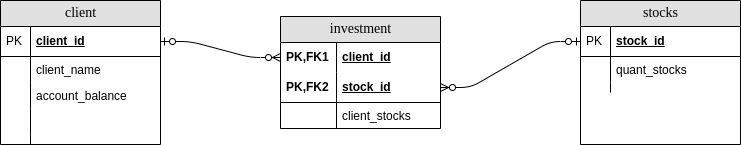
Before: modelo_logico_DB_XP_wallet.png, a diagram exported from draw.io (PatrickBastosDeveloper/XP-My-Investments). Source tidied: cells renumbered, new cells last; positions are measured from the earlier drawing's top-left corner, leaving out a move shared by most shapes. Its diagram source:
```xml
<mxGraphModel>
  <root>
    <mxCell id="0" />
    <mxCell id="1" parent="0" />
    <mxCell id="2" value="investment" style="swimlane;html=1;fontStyle=0;horizontal=1;startSize=26;fillColor=#e0e0e0;swimlaneFillColor=#ffffff;align=center;rounded=0;shadow=0;comic=0;labelBackgroundColor=none;strokeWidth=1;fontFamily=Verdana;fontSize=14;" parent="1" vertex="1">
      <mxGeometry x="280" y="16" width="160" height="112" as="geometry" />
    </mxCell>
    <mxCell id="3" value="client_id" style="shape=partialRectangle;top=0;left=0;right=0;bottom=0;html=1;align=left;verticalAlign=middle;fillColor=none;spacingLeft=60;spacingRight=4;whiteSpace=wrap;overflow=hidden;points=[[0,0.5],[1,0.5]];portConstraint=eastwest;fontStyle=5;" parent="2" vertex="1">
      <mxGeometry y="26" width="160" height="30" as="geometry" />
    </mxCell>
    <mxCell id="4" value="PK,FK1" style="shape=partialRectangle;fontStyle=1;top=0;left=0;bottom=0;html=1;fillColor=none;align=left;verticalAlign=middle;spacingLeft=4;spacingRight=4;whiteSpace=wrap;overflow=hidden;" parent="3" vertex="1">
      <mxGeometry width="56" height="30" as="geometry" />
    </mxCell>
    <mxCell id="5" value="stock_id" style="shape=partialRectangle;top=0;left=0;right=0;bottom=1;html=1;align=left;verticalAlign=middle;fillColor=none;spacingLeft=60;spacingRight=4;whiteSpace=wrap;overflow=hidden;points=[[0,0.5],[1,0.5]];portConstraint=eastwest;fontStyle=5;" parent="2" vertex="1">
      <mxGeometry y="56" width="160" height="30" as="geometry" />
    </mxCell>
    <mxCell id="6" value="PK,FK2" style="shape=partialRectangle;fontStyle=1;top=0;left=0;bottom=0;html=1;fillColor=none;align=left;verticalAlign=middle;spacingLeft=4;spacingRight=4;whiteSpace=wrap;overflow=hidden;" parent="5" vertex="1">
      <mxGeometry width="56" height="30" as="geometry" />
    </mxCell>
    <mxCell id="7" value="client_stocks" style="shape=partialRectangle;top=0;left=0;right=0;bottom=0;html=1;align=left;verticalAlign=top;fillColor=none;spacingLeft=60;spacingRight=4;whiteSpace=wrap;overflow=hidden;" parent="2" vertex="1">
      <mxGeometry y="86" width="160" height="26" as="geometry" />
    </mxCell>
    <mxCell id="8" style="shape=partialRectangle;top=0;left=0;bottom=0;html=1;fillColor=none;align=left;verticalAlign=top;spacingLeft=4;spacingRight=4;whiteSpace=wrap;overflow=hidden;" parent="7" vertex="1">
      <mxGeometry width="56" height="26" as="geometry" />
    </mxCell>
    <mxCell id="9" value="stocks" style="swimlane;html=1;fontStyle=0;horizontal=1;startSize=26;fillColor=#e0e0e0;swimlaneFillColor=#ffffff;align=center;rounded=0;shadow=0;comic=0;labelBackgroundColor=none;strokeWidth=1;fontFamily=Verdana;fontSize=14;" parent="1" vertex="1">
      <mxGeometry x="580" width="160" height="144" as="geometry" />
    </mxCell>
    <mxCell id="10" value="stock_id" style="shape=partialRectangle;top=0;left=0;right=0;bottom=1;html=1;align=left;verticalAlign=middle;fillColor=none;spacingLeft=34;spacingRight=4;whiteSpace=wrap;overflow=hidden;points=[[0,0.5],[1,0.5]];portConstraint=eastwest;fontStyle=5;" parent="9" vertex="1">
      <mxGeometry y="26" width="160" height="30" as="geometry" />
    </mxCell>
    <mxCell id="11" value="PK" style="shape=partialRectangle;top=0;left=0;bottom=0;html=1;fillColor=none;align=left;verticalAlign=middle;spacingLeft=4;spacingRight=4;whiteSpace=wrap;overflow=hidden;" parent="10" vertex="1">
      <mxGeometry width="30" height="30" as="geometry" />
    </mxCell>
    <mxCell id="12" value="quant_stocks" style="shape=partialRectangle;top=0;left=0;right=0;bottom=0;html=1;align=left;verticalAlign=top;fillColor=none;spacingLeft=34;spacingRight=4;whiteSpace=wrap;overflow=hidden;" parent="9" vertex="1">
      <mxGeometry y="56" width="160" height="26" as="geometry" />
    </mxCell>
    <mxCell id="13" style="shape=partialRectangle;top=0;left=0;bottom=0;html=1;fillColor=none;align=left;verticalAlign=top;spacingLeft=4;spacingRight=4;whiteSpace=wrap;overflow=hidden;" parent="12" vertex="1">
      <mxGeometry width="30" height="26" as="geometry" />
    </mxCell>
    <mxCell id="14" style="shape=partialRectangle;top=0;left=0;right=0;bottom=0;html=1;align=left;verticalAlign=top;fillColor=none;spacingLeft=34;spacingRight=4;whiteSpace=wrap;overflow=hidden;" parent="9" vertex="1">
      <mxGeometry y="82" width="160" height="10" as="geometry" />
    </mxCell>
    <mxCell id="15" style="shape=partialRectangle;top=0;left=0;bottom=0;html=1;fillColor=none;align=left;verticalAlign=top;spacingLeft=4;spacingRight=4;whiteSpace=wrap;overflow=hidden;" parent="14" vertex="1">
      <mxGeometry width="30" height="10" as="geometry" />
    </mxCell>
    <mxCell id="16" style="edgeStyle=entityRelationEdgeStyle;html=1;endArrow=ERzeroToMany;startArrow=ERzeroToOne;labelBackgroundColor=none;fontFamily=Verdana;fontSize=14;exitX=1;exitY=0.5;exitDx=0;exitDy=0;entryX=0;entryY=0.5;entryDx=0;entryDy=0;" parent="1" edge="1" source="19" target="3">
      <mxGeometry relative="1" as="geometry" />
    </mxCell>
    <mxCell id="17" style="edgeStyle=entityRelationEdgeStyle;html=1;endArrow=ERzeroToMany;startArrow=ERzeroToOne;labelBackgroundColor=none;fontFamily=Verdana;fontSize=14;exitX=0;exitY=0.5;exitDx=0;exitDy=0;entryX=1;entryY=0.5;entryDx=0;entryDy=0;" parent="1" edge="1" source="10" target="5">
      <mxGeometry relative="1" as="geometry" />
    </mxCell>
    <mxCell id="18" value="client" style="swimlane;html=1;fontStyle=0;horizontal=1;startSize=26;fillColor=#e0e0e0;swimlaneFillColor=#ffffff;align=center;rounded=0;shadow=0;comic=0;labelBackgroundColor=none;strokeWidth=1;fontFamily=Verdana;fontSize=14;" parent="1" vertex="1">
      <mxGeometry width="160" height="144" as="geometry" />
    </mxCell>
    <mxCell id="19" value="client_id" style="shape=partialRectangle;top=0;left=0;right=0;bottom=1;html=1;align=left;verticalAlign=middle;fillColor=none;spacingLeft=34;spacingRight=4;whiteSpace=wrap;overflow=hidden;points=[[0,0.5],[1,0.5]];portConstraint=eastwest;fontStyle=5;" parent="18" vertex="1">
      <mxGeometry y="26" width="160" height="30" as="geometry" />
    </mxCell>
    <mxCell id="20" value="PK" style="shape=partialRectangle;top=0;left=0;bottom=0;html=1;fillColor=none;align=left;verticalAlign=middle;spacingLeft=4;spacingRight=4;whiteSpace=wrap;overflow=hidden;" parent="19" vertex="1">
      <mxGeometry width="30" height="30" as="geometry" />
    </mxCell>
    <mxCell id="21" value="client_name" style="shape=partialRectangle;top=0;left=0;right=0;bottom=0;html=1;align=left;verticalAlign=top;fillColor=none;spacingLeft=34;spacingRight=4;whiteSpace=wrap;overflow=hidden;" parent="18" vertex="1">
      <mxGeometry y="56" width="160" height="26" as="geometry" />
    </mxCell>
    <mxCell id="22" style="shape=partialRectangle;top=0;left=0;bottom=0;html=1;fillColor=none;align=left;verticalAlign=top;spacingLeft=4;spacingRight=4;whiteSpace=wrap;overflow=hidden;" parent="21" vertex="1">
      <mxGeometry width="30" height="26" as="geometry" />
    </mxCell>
    <mxCell id="23" value="account_balance" style="shape=partialRectangle;top=0;left=0;right=0;bottom=0;html=1;align=left;verticalAlign=top;fillColor=none;spacingLeft=34;spacingRight=4;whiteSpace=wrap;overflow=hidden;" parent="18" vertex="1">
      <mxGeometry y="82" width="160" height="26" as="geometry" />
    </mxCell>
    <mxCell id="24" style="shape=partialRectangle;top=0;left=0;bottom=0;html=1;fillColor=none;align=left;verticalAlign=top;spacingLeft=4;spacingRight=4;whiteSpace=wrap;overflow=hidden;" parent="23" vertex="1">
      <mxGeometry width="30" height="26" as="geometry" />
    </mxCell>
    <mxCell id="25" style="shape=partialRectangle;top=0;left=0;right=0;bottom=0;html=1;align=left;verticalAlign=top;fillColor=none;spacingLeft=34;spacingRight=4;whiteSpace=wrap;overflow=hidden;" parent="18" vertex="1">
      <mxGeometry y="108" width="160" height="26" as="geometry" />
    </mxCell>
    <mxCell id="26" style="shape=partialRectangle;top=0;left=0;bottom=0;html=1;fillColor=none;align=left;verticalAlign=top;spacingLeft=4;spacingRight=4;whiteSpace=wrap;overflow=hidden;" parent="25" vertex="1">
      <mxGeometry width="30" height="26" as="geometry" />
    </mxCell>
    <mxCell id="27" style="shape=partialRectangle;top=0;left=0;right=0;bottom=0;html=1;align=left;verticalAlign=top;fillColor=none;spacingLeft=34;spacingRight=4;whiteSpace=wrap;overflow=hidden;" parent="18" vertex="1">
      <mxGeometry y="134" width="160" height="10" as="geometry" />
    </mxCell>
    <mxCell id="28" style="shape=partialRectangle;top=0;left=0;bottom=0;html=1;fillColor=none;align=left;verticalAlign=top;spacingLeft=4;spacingRight=4;whiteSpace=wrap;overflow=hidden;" parent="27" vertex="1">
      <mxGeometry width="30" height="10" as="geometry" />
    </mxCell>
  </root>
</mxGraphModel>
```
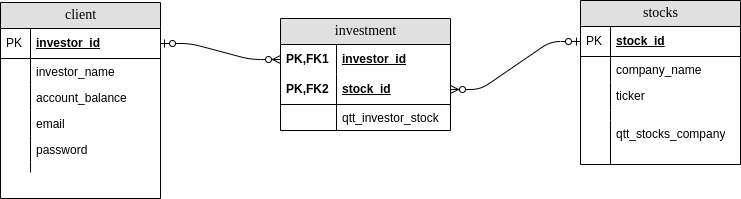
Later version of the same file.

Commit message:
fix: Edited lógic model db

What changed in the source:
```diff
@@ -3,28 +3,28 @@
     <mxCell id="0" />
     <mxCell id="1" parent="0" />
     <mxCell id="2" value="investment" style="swimlane;html=1;fontStyle=0;horizontal=1;startSize=26;fillColor=#e0e0e0;swimlaneFillColor=#ffffff;align=center;rounded=0;shadow=0;comic=0;labelBackgroundColor=none;strokeWidth=1;fontFamily=Verdana;fontSize=14;" parent="1" vertex="1">
-      <mxGeometry x="280" y="16" width="160" height="112" as="geometry" />
+      <mxGeometry x="280" y="16" width="170" height="112" as="geometry" />
     </mxCell>
-    <mxCell id="3" value="client_id" style="shape=partialRectangle;top=0;left=0;right=0;bottom=0;html=1;align=left;verticalAlign=middle;fillColor=none;spacingLeft=60;spacingRight=4;whiteSpace=wrap;overflow=hidden;points=[[0,0.5],[1,0.5]];portConstraint=eastwest;fontStyle=5;" parent="2" vertex="1">
-      <mxGeometry y="26" width="160" height="30" as="geometry" />
+    <mxCell id="3" value="investor_id" style="shape=partialRectangle;top=0;left=0;right=0;bottom=0;html=1;align=left;verticalAlign=middle;fillColor=none;spacingLeft=60;spacingRight=4;whiteSpace=wrap;overflow=hidden;points=[[0,0.5],[1,0.5]];portConstraint=eastwest;fontStyle=5;" parent="2" vertex="1">
+      <mxGeometry y="26" width="170" height="30" as="geometry" />
     </mxCell>
     <mxCell id="4" value="PK,FK1" style="shape=partialRectangle;fontStyle=1;top=0;left=0;bottom=0;html=1;fillColor=none;align=left;verticalAlign=middle;spacingLeft=4;spacingRight=4;whiteSpace=wrap;overflow=hidden;" parent="3" vertex="1">
       <mxGeometry width="56" height="30" as="geometry" />
     </mxCell>
     <mxCell id="5" value="stock_id" style="shape=partialRectangle;top=0;left=0;right=0;bottom=1;html=1;align=left;verticalAlign=middle;fillColor=none;spacingLeft=60;spacingRight=4;whiteSpace=wrap;overflow=hidden;points=[[0,0.5],[1,0.5]];portConstraint=eastwest;fontStyle=5;" parent="2" vertex="1">
-      <mxGeometry y="56" width="160" height="30" as="geometry" />
+      <mxGeometry y="56" width="170" height="30" as="geometry" />
     </mxCell>
     <mxCell id="6" value="PK,FK2" style="shape=partialRectangle;fontStyle=1;top=0;left=0;bottom=0;html=1;fillColor=none;align=left;verticalAlign=middle;spacingLeft=4;spacingRight=4;whiteSpace=wrap;overflow=hidden;" parent="5" vertex="1">
       <mxGeometry width="56" height="30" as="geometry" />
     </mxCell>
-    <mxCell id="7" value="client_stocks" style="shape=partialRectangle;top=0;left=0;right=0;bottom=0;html=1;align=left;verticalAlign=top;fillColor=none;spacingLeft=60;spacingRight=4;whiteSpace=wrap;overflow=hidden;" parent="2" vertex="1">
-      <mxGeometry y="86" width="160" height="26" as="geometry" />
+    <mxCell id="7" value="qtt_investor_stock" style="shape=partialRectangle;top=0;left=0;right=0;bottom=0;html=1;align=left;verticalAlign=top;fillColor=none;spacingLeft=60;spacingRight=4;whiteSpace=wrap;overflow=hidden;" parent="2" vertex="1">
+      <mxGeometry y="86" width="170" height="26" as="geometry" />
     </mxCell>
     <mxCell id="8" style="shape=partialRectangle;top=0;left=0;bottom=0;html=1;fillColor=none;align=left;verticalAlign=top;spacingLeft=4;spacingRight=4;whiteSpace=wrap;overflow=hidden;" parent="7" vertex="1">
       <mxGeometry width="56" height="26" as="geometry" />
     </mxCell>
     <mxCell id="9" value="stocks" style="swimlane;html=1;fontStyle=0;horizontal=1;startSize=26;fillColor=#e0e0e0;swimlaneFillColor=#ffffff;align=center;rounded=0;shadow=0;comic=0;labelBackgroundColor=none;strokeWidth=1;fontFamily=Verdana;fontSize=14;" parent="1" vertex="1">
-      <mxGeometry x="580" width="160" height="144" as="geometry" />
+      <mxGeometry x="580" y="-2" width="160" height="164" as="geometry" />
     </mxCell>
     <mxCell id="10" value="stock_id" style="shape=partialRectangle;top=0;left=0;right=0;bottom=1;html=1;align=left;verticalAlign=middle;fillColor=none;spacingLeft=34;spacingRight=4;whiteSpace=wrap;overflow=hidden;points=[[0,0.5],[1,0.5]];portConstraint=eastwest;fontStyle=5;" parent="9" vertex="1">
       <mxGeometry y="26" width="160" height="30" as="geometry" />
@@ -32,18 +32,30 @@
     <mxCell id="11" value="PK" style="shape=partialRectangle;top=0;left=0;bottom=0;html=1;fillColor=none;align=left;verticalAlign=middle;spacingLeft=4;spacingRight=4;whiteSpace=wrap;overflow=hidden;" parent="10" vertex="1">
       <mxGeometry width="30" height="30" as="geometry" />
     </mxCell>
-    <mxCell id="12" value="quant_stocks" style="shape=partialRectangle;top=0;left=0;right=0;bottom=0;html=1;align=left;verticalAlign=top;fillColor=none;spacingLeft=34;spacingRight=4;whiteSpace=wrap;overflow=hidden;" parent="9" vertex="1">
+    <mxCell id="12" value="company_name" style="shape=partialRectangle;top=0;left=0;right=0;bottom=0;html=1;align=left;verticalAlign=top;fillColor=none;spacingLeft=34;spacingRight=4;whiteSpace=wrap;overflow=hidden;" parent="9" vertex="1">
       <mxGeometry y="56" width="160" height="26" as="geometry" />
     </mxCell>
     <mxCell id="13" style="shape=partialRectangle;top=0;left=0;bottom=0;html=1;fillColor=none;align=left;verticalAlign=top;spacingLeft=4;spacingRight=4;whiteSpace=wrap;overflow=hidden;" parent="12" vertex="1">
       <mxGeometry width="30" height="26" as="geometry" />
     </mxCell>
+    <mxCell id="29" value="ticker" style="shape=partialRectangle;top=0;left=0;right=0;bottom=0;html=1;align=left;verticalAlign=top;fillColor=none;spacingLeft=34;spacingRight=4;whiteSpace=wrap;overflow=hidden;" parent="9" vertex="1">
+      <mxGeometry y="82" width="160" height="28" as="geometry" />
+    </mxCell>
+    <mxCell id="30" style="shape=partialRectangle;top=0;left=0;bottom=0;html=1;fillColor=none;align=left;verticalAlign=top;spacingLeft=4;spacingRight=4;whiteSpace=wrap;overflow=hidden;" parent="29" vertex="1">
+      <mxGeometry width="30" height="28" as="geometry" />
+    </mxCell>
     <mxCell id="14" style="shape=partialRectangle;top=0;left=0;right=0;bottom=0;html=1;align=left;verticalAlign=top;fillColor=none;spacingLeft=34;spacingRight=4;whiteSpace=wrap;overflow=hidden;" parent="9" vertex="1">
-      <mxGeometry y="82" width="160" height="10" as="geometry" />
+      <mxGeometry y="110" width="160" height="10" as="geometry" />
     </mxCell>
     <mxCell id="15" style="shape=partialRectangle;top=0;left=0;bottom=0;html=1;fillColor=none;align=left;verticalAlign=top;spacingLeft=4;spacingRight=4;whiteSpace=wrap;overflow=hidden;" parent="14" vertex="1">
       <mxGeometry width="30" height="10" as="geometry" />
     </mxCell>
+    <mxCell id="31" value="qtt_stocks_company" style="shape=partialRectangle;top=0;left=0;right=0;bottom=0;html=1;align=left;verticalAlign=top;fillColor=none;spacingLeft=34;spacingRight=4;whiteSpace=wrap;overflow=hidden;" parent="9" vertex="1">
+      <mxGeometry y="120" width="160" height="44" as="geometry" />
+    </mxCell>
+    <mxCell id="32" style="shape=partialRectangle;top=0;left=0;bottom=0;html=1;fillColor=none;align=left;verticalAlign=top;spacingLeft=4;spacingRight=4;whiteSpace=wrap;overflow=hidden;" parent="31" vertex="1">
+      <mxGeometry width="30" height="44" as="geometry" />
+    </mxCell>
     <mxCell id="16" style="edgeStyle=entityRelationEdgeStyle;html=1;endArrow=ERzeroToMany;startArrow=ERzeroToOne;labelBackgroundColor=none;fontFamily=Verdana;fontSize=14;exitX=1;exitY=0.5;exitDx=0;exitDy=0;entryX=0;entryY=0.5;entryDx=0;entryDy=0;" parent="1" edge="1" source="19" target="3">
       <mxGeometry relative="1" as="geometry" />
     </mxCell>
@@ -51,15 +63,15 @@
       <mxGeometry relative="1" as="geometry" />
     </mxCell>
     <mxCell id="18" value="client" style="swimlane;html=1;fontStyle=0;horizontal=1;startSize=26;fillColor=#e0e0e0;swimlaneFillColor=#ffffff;align=center;rounded=0;shadow=0;comic=0;labelBackgroundColor=none;strokeWidth=1;fontFamily=Verdana;fontSize=14;" parent="1" vertex="1">
-      <mxGeometry width="160" height="144" as="geometry" />
+      <mxGeometry width="160" height="196" as="geometry" />
     </mxCell>
-    <mxCell id="19" value="client_id" style="shape=partialRectangle;top=0;left=0;right=0;bottom=1;html=1;align=left;verticalAlign=middle;fillColor=none;spacingLeft=34;spacingRight=4;whiteSpace=wrap;overflow=hidden;points=[[0,0.5],[1,0.5]];portConstraint=eastwest;fontStyle=5;" parent="18" vertex="1">
+    <mxCell id="19" value="investor_id" style="shape=partialRectangle;top=0;left=0;right=0;bottom=1;html=1;align=left;verticalAlign=middle;fillColor=none;spacingLeft=34;spacingRight=4;whiteSpace=wrap;overflow=hidden;points=[[0,0.5],[1,0.5]];portConstraint=eastwest;fontStyle=5;" parent="18" vertex="1">
       <mxGeometry y="26" width="160" height="30" as="geometry" />
     </mxCell>
     <mxCell id="20" value="PK" style="shape=partialRectangle;top=0;left=0;bottom=0;html=1;fillColor=none;align=left;verticalAlign=middle;spacingLeft=4;spacingRight=4;whiteSpace=wrap;overflow=hidden;" parent="19" vertex="1">
       <mxGeometry width="30" height="30" as="geometry" />
     </mxCell>
-    <mxCell id="21" value="client_name" style="shape=partialRectangle;top=0;left=0;right=0;bottom=0;html=1;align=left;verticalAlign=top;fillColor=none;spacingLeft=34;spacingRight=4;whiteSpace=wrap;overflow=hidden;" parent="18" vertex="1">
+    <mxCell id="21" value="investor_name" style="shape=partialRectangle;top=0;left=0;right=0;bottom=0;html=1;align=left;verticalAlign=top;fillColor=none;spacingLeft=34;spacingRight=4;whiteSpace=wrap;overflow=hidden;" parent="18" vertex="1">
       <mxGeometry y="56" width="160" height="26" as="geometry" />
     </mxCell>
     <mxCell id="22" style="shape=partialRectangle;top=0;left=0;bottom=0;html=1;fillColor=none;align=left;verticalAlign=top;spacingLeft=4;spacingRight=4;whiteSpace=wrap;overflow=hidden;" parent="21" vertex="1">
@@ -71,14 +83,20 @@
     <mxCell id="24" style="shape=partialRectangle;top=0;left=0;bottom=0;html=1;fillColor=none;align=left;verticalAlign=top;spacingLeft=4;spacingRight=4;whiteSpace=wrap;overflow=hidden;" parent="23" vertex="1">
       <mxGeometry width="30" height="26" as="geometry" />
     </mxCell>
+    <mxCell id="33" value="email" style="shape=partialRectangle;top=0;left=0;right=0;bottom=0;html=1;align=left;verticalAlign=top;fillColor=none;spacingLeft=34;spacingRight=4;whiteSpace=wrap;overflow=hidden;" parent="18" vertex="1">
+      <mxGeometry y="108" width="160" height="26" as="geometry" />
+    </mxCell>
+    <mxCell id="34" style="shape=partialRectangle;top=0;left=0;bottom=0;html=1;fillColor=none;align=left;verticalAlign=top;spacingLeft=4;spacingRight=4;whiteSpace=wrap;overflow=hidden;" parent="33" vertex="1">
+      <mxGeometry width="30" height="26" as="geometry" />
+    </mxCell>
-    <mxCell id="25" style="shape=partialRectangle;top=0;left=0;right=0;bottom=0;html=1;align=left;verticalAlign=top;fillColor=none;spacingLeft=34;spacingRight=4;whiteSpace=wrap;overflow=hidden;" parent="18" vertex="1">
-      <mxGeometry y="108" width="160" height="26" as="geometry" />
+    <mxCell id="25" value="password" style="shape=partialRectangle;top=0;left=0;right=0;bottom=0;html=1;align=left;verticalAlign=top;fillColor=none;spacingLeft=34;spacingRight=4;whiteSpace=wrap;overflow=hidden;" parent="18" vertex="1">
+      <mxGeometry y="134" width="160" height="26" as="geometry" />
     </mxCell>
     <mxCell id="26" style="shape=partialRectangle;top=0;left=0;bottom=0;html=1;fillColor=none;align=left;verticalAlign=top;spacingLeft=4;spacingRight=4;whiteSpace=wrap;overflow=hidden;" parent="25" vertex="1">
       <mxGeometry width="30" height="26" as="geometry" />
     </mxCell>
     <mxCell id="27" style="shape=partialRectangle;top=0;left=0;right=0;bottom=0;html=1;align=left;verticalAlign=top;fillColor=none;spacingLeft=34;spacingRight=4;whiteSpace=wrap;overflow=hidden;" parent="18" vertex="1">
-      <mxGeometry y="134" width="160" height="10" as="geometry" />
+      <mxGeometry y="160" width="160" height="10" as="geometry" />
     </mxCell>
     <mxCell id="28" style="shape=partialRectangle;top=0;left=0;bottom=0;html=1;fillColor=none;align=left;verticalAlign=top;spacingLeft=4;spacingRight=4;whiteSpace=wrap;overflow=hidden;" parent="27" vertex="1">
       <mxGeometry width="30" height="10" as="geometry" />
```
